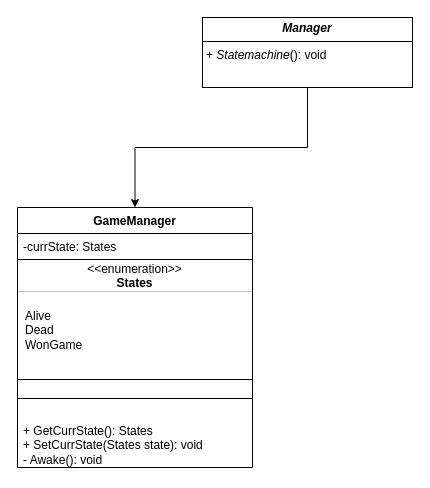
The draw.io diagram Assets/ScriptsUML/ManagersGraph.drawio in PugatoryRepo/LudemGame26, before the edit. Source tidied: cells renumbered, new cells numbered last; positions are measured from the earlier drawing's top-left corner, leaving out a move shared by most shapes. Both pictures are drawn from the tidied source at 100%, with x=0, y=0 at pixel (17, 17).
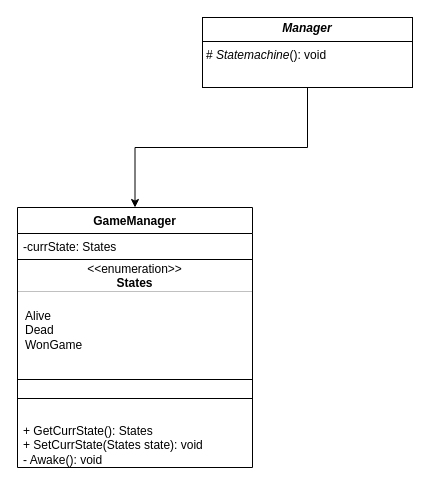
The same page after the edit.

What changed in the source:
```diff
@@
 <mxGraphModel>
   <root>
     <mxCell id="0" />
     <mxCell id="1" parent="0" />
     <mxCell id="2" style="edgeStyle=orthogonalEdgeStyle;rounded=0;jettySize=auto;html=1;" parent="1" edge="1" source="3" target="4">
       <mxGeometry relative="1" as="geometry" />
     </mxCell>
-    <mxCell id="3" value="&lt;p style=&quot;margin:0px;margin-top:4px;text-align:center;&quot;&gt;&lt;b style=&quot;background-color: transparent; color: light-dark(rgb(0, 0, 0), rgb(255, 255, 255));&quot;&gt;&lt;i&gt;Manager&lt;/i&gt;&lt;/b&gt;&lt;/p&gt;&lt;hr size=&quot;1&quot; style=&quot;border-style:solid;&quot;&gt;&lt;p style=&quot;margin:0px;margin-left:4px;&quot;&gt;+&amp;nbsp;&lt;i&gt;Statemachine&lt;/i&gt;(): void&lt;/p&gt;" style="verticalAlign=top;align=left;overflow=fill;html=1;whiteSpace=wrap;" parent="1" vertex="1">
+    <mxCell id="3" value="&lt;p style=&quot;margin:0px;margin-top:4px;text-align:center;&quot;&gt;&lt;b style=&quot;background-color: transparent; color: light-dark(rgb(0, 0, 0), rgb(255, 255, 255));&quot;&gt;&lt;i&gt;Manager&lt;/i&gt;&lt;/b&gt;&lt;/p&gt;&lt;hr size=&quot;1&quot; style=&quot;border-style:solid;&quot;&gt;&lt;p style=&quot;margin:0px;margin-left:4px;&quot;&gt;#&amp;nbsp;&lt;i&gt;Statemachine&lt;/i&gt;(): void&lt;/p&gt;" style="verticalAlign=top;align=left;overflow=fill;html=1;whiteSpace=wrap;" parent="1" vertex="1">
       <mxGeometry x="185" width="210" height="70" as="geometry" />
     </mxCell>
     <mxCell id="4" value="GameManager" style="swimlane;fontStyle=1;align=center;verticalAlign=top;horizontal=1;startSize=26;whiteSpace=wrap;html=1;" parent="1" vertex="1">
       <mxGeometry y="190" width="235" height="260" as="geometry" />
     </mxCell>
     <mxCell id="5" value="-currState: States&lt;div&gt;&lt;br&gt;&lt;/div&gt;" style="text;strokeColor=none;fillColor=none;align=left;verticalAlign=top;spacingLeft=4;spacingRight=4;overflow=hidden;whiteSpace=wrap;html=1;" parent="4" vertex="1">
       <mxGeometry y="26" width="235" height="26" as="geometry" />
     </mxCell>
     <mxCell id="6" style="fontStyle=1;align=center;verticalAlign=middle;horizontal=1;" parent="4" vertex="1">
       <mxGeometry y="52" width="235" height="120" as="geometry" />
     </mxCell>
     <mxCell id="7" value="&amp;lt;&amp;lt;enumeration&amp;gt;&amp;gt;" style="html=1;align=center;spacing=0;verticalAlign=middle;strokeColor=none;fillColor=none;whiteSpace=wrap;" parent="6" vertex="1">
       <mxGeometry width="235" height="20" as="geometry" />
     </mxCell>
     <mxCell id="8" value="States" style="html=1;align=center;spacing=0;verticalAlign=middle;strokeColor=none;fillColor=none;whiteSpace=wrap;fontStyle=1;" parent="6" vertex="1">
       <mxGeometry y="20" width="235" height="8" as="geometry" />
     </mxCell>
     <mxCell id="9" style="line;strokeWidth=0.25;fillColor=none;align=left;verticalAlign=middle;spacingTop=-1;spacingLeft=3;spacingRight=3;labelPosition=right;" parent="6" vertex="1">
       <mxGeometry y="28" width="235" height="8" as="geometry" />
     </mxCell>
     <mxCell id="10" value="Alive&lt;div&gt;Dead&lt;/div&gt;&lt;div&gt;WonGame&lt;/div&gt;&lt;div&gt;&lt;br&gt;&lt;/div&gt;" style="html=1;align=left;spacing=0;spacingLeft=8;verticalAlign=middle;strokeColor=none;fillColor=none;whiteSpace=wrap;" parent="6" vertex="1">
       <mxGeometry y="36" width="235" height="84" as="geometry" />
     </mxCell>
     <mxCell id="11" style="line;strokeWidth=1;fillColor=none;align=left;verticalAlign=middle;spacingTop=-1;spacingLeft=3;spacingRight=3;labelPosition=right;strokeColor=inherit;" parent="4" vertex="1">
       <mxGeometry y="172" width="235" height="38" as="geometry" />
     </mxCell>
     <mxCell id="12" value="+ GetCurrState(): States&lt;div&gt;+ SetCurrState(States state): void&lt;/div&gt;&lt;div&gt;- Awake(): void&lt;/div&gt;" style="text;strokeColor=none;fillColor=none;align=left;verticalAlign=top;spacingLeft=4;spacingRight=4;overflow=hidden;whiteSpace=wrap;html=1;" parent="4" vertex="1">
       <mxGeometry y="210" width="235" height="50" as="geometry" />
     </mxCell>
   </root>
 </mxGraphModel>
```
